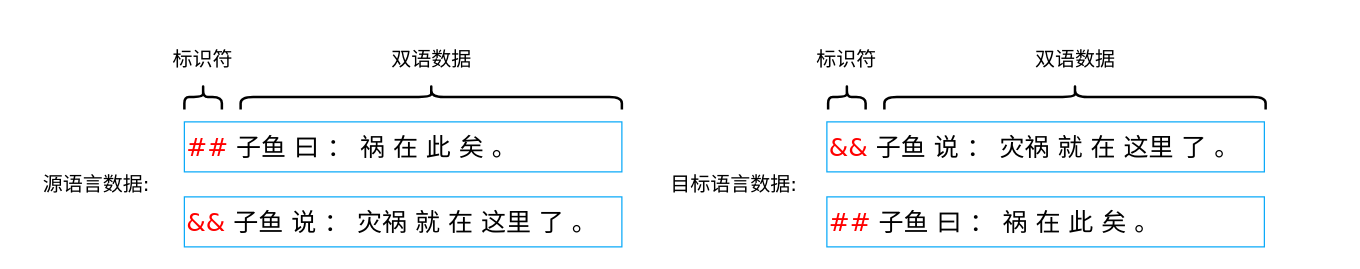
The draw.io diagram page "第 2 页" (2 of 2) of Gradio.drawio in Mo-DuQian/rhetoric-poem-data, before the edit. Source tidied: cells renumbered, new cells numbered last; positions are measured from the earlier drawing's top-left corner, leaving out a move shared by most shapes. Both pictures are drawn from the tidied source at 125%, with x=0, y=0 at pixel (21, -94).
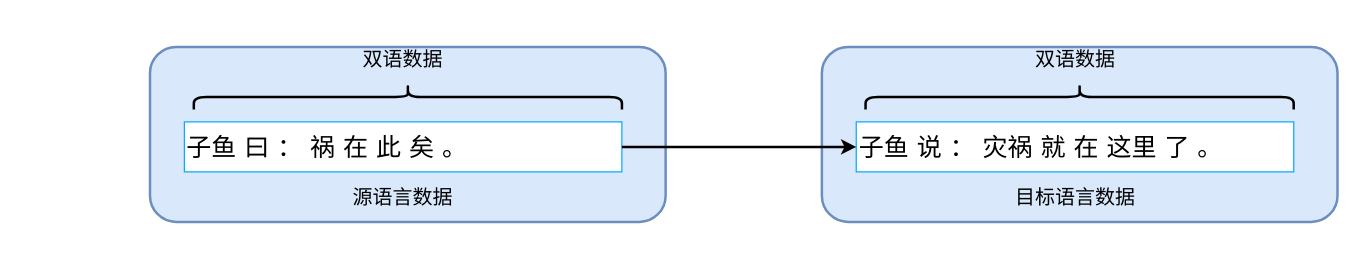
The same page after the edit.

The edit, as a diff of the source:
```diff
@@
 <mxGraphModel>
   <root>
     <mxCell id="0" />
     <mxCell id="1" parent="0" />
+    <mxCell id="16" style="rounded=1;whiteSpace=wrap;html=1;fillColor=#dae8fc;strokeColor=#6c8ebf;strokeWidth=2;glass=0;shadow=0;perimeterSpacing=0;" parent="1" vertex="1">
+      <mxGeometry x="102.5" y="112" width="412.5" height="140" as="geometry" />
+    </mxCell>
-    <mxCell id="2" value="&lt;font face=&quot;Verdana&quot; style=&quot;font-size: 20px;&quot;&gt;&lt;font style=&quot;font-size: 20px;&quot;&gt;&lt;font style=&quot;font-size: 20px;&quot; color=&quot;#ff0000&quot;&gt;##&lt;/font&gt; 子鱼 曰 ： 祸 在 此 矣 。&lt;/font&gt;&lt;/font&gt;&lt;font style=&quot;font-size: 20px;&quot; face=&quot;Verdana&quot;&gt;&lt;br&gt;&lt;/font&gt;" style="rounded=0;whiteSpace=wrap;html=1;align=left;strokeColor=#0baaf9;" parent="1" vertex="1">
+    <mxCell id="2" value="&lt;font face=&quot;Verdana&quot; style=&quot;font-size: 20px;&quot;&gt;&lt;font style=&quot;font-size: 20px;&quot;&gt;子鱼 曰 ： 祸 在 此 矣 。&lt;/font&gt;&lt;/font&gt;&lt;font style=&quot;font-size: 20px;&quot; face=&quot;Verdana&quot;&gt;&lt;br&gt;&lt;/font&gt;" style="rounded=0;whiteSpace=wrap;html=1;align=left;strokeColor=#0baaf9;" parent="1" vertex="1">
       <mxGeometry x="130" y="172" width="350" height="40" as="geometry" />
     </mxCell>
-    <mxCell id="3" value="&lt;font face=&quot;Verdana&quot; style=&quot;font-size: 16px;&quot;&gt;源语言数据:&lt;/font&gt;" style="rounded=0;whiteSpace=wrap;html=1;opacity=0;" parent="1" vertex="1">
-      <mxGeometry y="192" width="120" height="60" as="geometry" />
+    <mxCell id="3" value="&lt;font face=&quot;Verdana&quot; style=&quot;font-size: 16px;&quot;&gt;源语言数据&lt;/font&gt;" style="rounded=0;whiteSpace=wrap;html=1;opacity=0;" parent="1" vertex="1">
+      <mxGeometry x="245" y="202" width="120" height="60" as="geometry" />
     </mxCell>
-    <mxCell id="4" value="&lt;font face=&quot;Verdana&quot; style=&quot;font-size: 16px;&quot;&gt;目标语言数据:&lt;/font&gt;" style="rounded=0;whiteSpace=wrap;html=1;opacity=0;" parent="1" vertex="1">
-      <mxGeometry x="510" y="192" width="120" height="60" as="geometry" />
-    </mxCell>
-    <mxCell id="5" style="shape=curlyBracket;whiteSpace=wrap;html=1;rounded=1;labelPosition=left;verticalLabelPosition=middle;align=right;verticalAlign=middle;rotation=90;size=0.5;strokeWidth=2;" parent="1" vertex="1">
-      <mxGeometry x="135" y="137" width="20" height="30" as="geometry" />
-    </mxCell>
-    <mxCell id="6" value="&lt;font face=&quot;Verdana&quot; style=&quot;font-size: 16px;&quot;&gt;标识符&lt;/font&gt;" style="rounded=0;whiteSpace=wrap;html=1;opacity=0;" parent="1" vertex="1">
-      <mxGeometry x="85" y="92" width="120" height="60" as="geometry" />
-    </mxCell>
     <mxCell id="7" style="shape=curlyBracket;whiteSpace=wrap;html=1;rounded=1;labelPosition=left;verticalLabelPosition=middle;align=right;verticalAlign=middle;rotation=90;size=0.5;strokeWidth=2;" parent="1" vertex="1">
-      <mxGeometry x="317.5" y="-0.5" width="20" height="305" as="geometry" />
+      <mxGeometry x="298.8" y="-19.2" width="20" height="342.5" as="geometry" />
     </mxCell>
     <mxCell id="8" value="&lt;font face=&quot;Verdana&quot; style=&quot;font-size: 16px;&quot;&gt;双语数据&lt;/font&gt;" style="rounded=0;whiteSpace=wrap;html=1;opacity=0;" parent="1" vertex="1">
-      <mxGeometry x="267.5" y="92" width="120" height="60" as="geometry" />
+      <mxGeometry x="245" y="92" width="120" height="60" as="geometry" />
     </mxCell>
-    <mxCell id="9" style="shape=curlyBracket;whiteSpace=wrap;html=1;rounded=1;labelPosition=left;verticalLabelPosition=middle;align=right;verticalAlign=middle;rotation=90;size=0.5;strokeWidth=2;" parent="1" vertex="1">
-      <mxGeometry x="650" y="137" width="20" height="30" as="geometry" />
-    </mxCell>
-    <mxCell id="10" value="&lt;font face=&quot;Verdana&quot; style=&quot;font-size: 16px;&quot;&gt;标识符&lt;/font&gt;" style="rounded=0;whiteSpace=wrap;html=1;opacity=0;" parent="1" vertex="1">
-      <mxGeometry x="600" y="92" width="120" height="60" as="geometry" />
-    </mxCell>
-    <mxCell id="11" style="shape=curlyBracket;whiteSpace=wrap;html=1;rounded=1;labelPosition=left;verticalLabelPosition=middle;align=right;verticalAlign=middle;rotation=90;size=0.5;strokeWidth=2;" parent="1" vertex="1">
-      <mxGeometry x="832.5" y="-0.5" width="20" height="305" as="geometry" />
-    </mxCell>
+    <mxCell id="17" style="rounded=1;whiteSpace=wrap;html=1;fillColor=#dae8fc;strokeColor=#6c8ebf;strokeWidth=2;glass=0;shadow=0;perimeterSpacing=0;" parent="1" vertex="1">
+      <mxGeometry x="640" y="112" width="412.5" height="140" as="geometry" />
+    </mxCell>
+    <mxCell id="18" value="&lt;font face=&quot;Verdana&quot; style=&quot;font-size: 20px;&quot;&gt;&lt;font style=&quot;font-size: 20px;&quot;&gt;子鱼 说 ： 灾祸 就 在 这里 了 。&lt;/font&gt;&lt;/font&gt;&lt;font style=&quot;font-size: 20px;&quot; face=&quot;Verdana&quot;&gt;&lt;br&gt;&lt;/font&gt;" style="rounded=0;whiteSpace=wrap;html=1;align=left;strokeColor=#0baaf9;" parent="1" vertex="1">
+      <mxGeometry x="667.5" y="172" width="350" height="40" as="geometry" />
+    </mxCell>
+    <mxCell id="19" value="&lt;font face=&quot;Verdana&quot; style=&quot;font-size: 16px;&quot;&gt;目标语言数据&lt;/font&gt;" style="rounded=0;whiteSpace=wrap;html=1;opacity=0;" parent="1" vertex="1">
+      <mxGeometry x="782.5" y="202" width="120" height="60" as="geometry" />
+    </mxCell>
+    <mxCell id="20" style="shape=curlyBracket;whiteSpace=wrap;html=1;rounded=1;labelPosition=left;verticalLabelPosition=middle;align=right;verticalAlign=middle;rotation=90;size=0.5;strokeWidth=2;" parent="1" vertex="1">
+      <mxGeometry x="836.2" y="-19.2" width="20" height="342.5" as="geometry" />
+    </mxCell>
     <mxCell id="12" value="&lt;font face=&quot;Verdana&quot; style=&quot;font-size: 16px;&quot;&gt;双语数据&lt;/font&gt;" style="rounded=0;whiteSpace=wrap;html=1;opacity=0;" parent="1" vertex="1">
       <mxGeometry x="782.5" y="92" width="120" height="60" as="geometry" />
     </mxCell>
-    <mxCell id="13" value="&lt;font style=&quot;font-size: 20px;&quot; face=&quot;Verdana&quot;&gt;&lt;font style=&quot;border-color: var(--border-color); font-size: 20px;&quot; color=&quot;#ff0000&quot;&gt;&amp;amp;&amp;amp;&lt;/font&gt;&amp;nbsp;子鱼 说 ： 灾祸 就 在 这里 了 。&lt;/font&gt;&lt;font style=&quot;font-size: 20px;&quot; face=&quot;Verdana&quot;&gt;&lt;br&gt;&lt;/font&gt;" style="rounded=0;whiteSpace=wrap;html=1;align=left;strokeColor=#0baaf9;" parent="1" vertex="1">
-      <mxGeometry x="130" y="232" width="350" height="40" as="geometry" />
-    </mxCell>
-    <mxCell id="14" value="&lt;font face=&quot;Verdana&quot; style=&quot;font-size: 20px;&quot;&gt;&lt;font style=&quot;font-size: 20px;&quot;&gt;&lt;font style=&quot;font-size: 20px;&quot; color=&quot;#ff0000&quot;&gt;##&lt;/font&gt; 子鱼 曰 ： 祸 在 此 矣 。&lt;/font&gt;&lt;/font&gt;&lt;font style=&quot;font-size: 20px;&quot; face=&quot;Verdana&quot;&gt;&lt;br&gt;&lt;/font&gt;" style="rounded=0;whiteSpace=wrap;html=1;align=left;strokeColor=#0baaf9;" parent="1" vertex="1">
-      <mxGeometry x="644" y="232" width="350" height="40" as="geometry" />
-    </mxCell>
-    <mxCell id="15" value="&lt;font style=&quot;font-size: 20px;&quot; face=&quot;Verdana&quot;&gt;&lt;font style=&quot;border-color: var(--border-color); font-size: 20px;&quot; color=&quot;#ff0000&quot;&gt;&amp;amp;&amp;amp;&lt;/font&gt;&amp;nbsp;子鱼 说 ： 灾祸 就 在 这里 了 。&lt;/font&gt;&lt;font style=&quot;font-size: 20px;&quot; face=&quot;Verdana&quot;&gt;&lt;br&gt;&lt;/font&gt;" style="rounded=0;whiteSpace=wrap;html=1;align=left;strokeColor=#0baaf9;" parent="1" vertex="1">
-      <mxGeometry x="644" y="172" width="350" height="40" as="geometry" />
-    </mxCell>
+    <mxCell id="21" style="endArrow=classic;html=1;rounded=0;exitX=1;exitY=0.5;exitDx=0;exitDy=0;entryX=0;entryY=0.5;entryDx=0;entryDy=0;strokeWidth=2;" parent="1" edge="1" source="2" target="18">
+      <mxGeometry relative="1" as="geometry" />
+    </mxCell>
   </root>
 </mxGraphModel>
```
